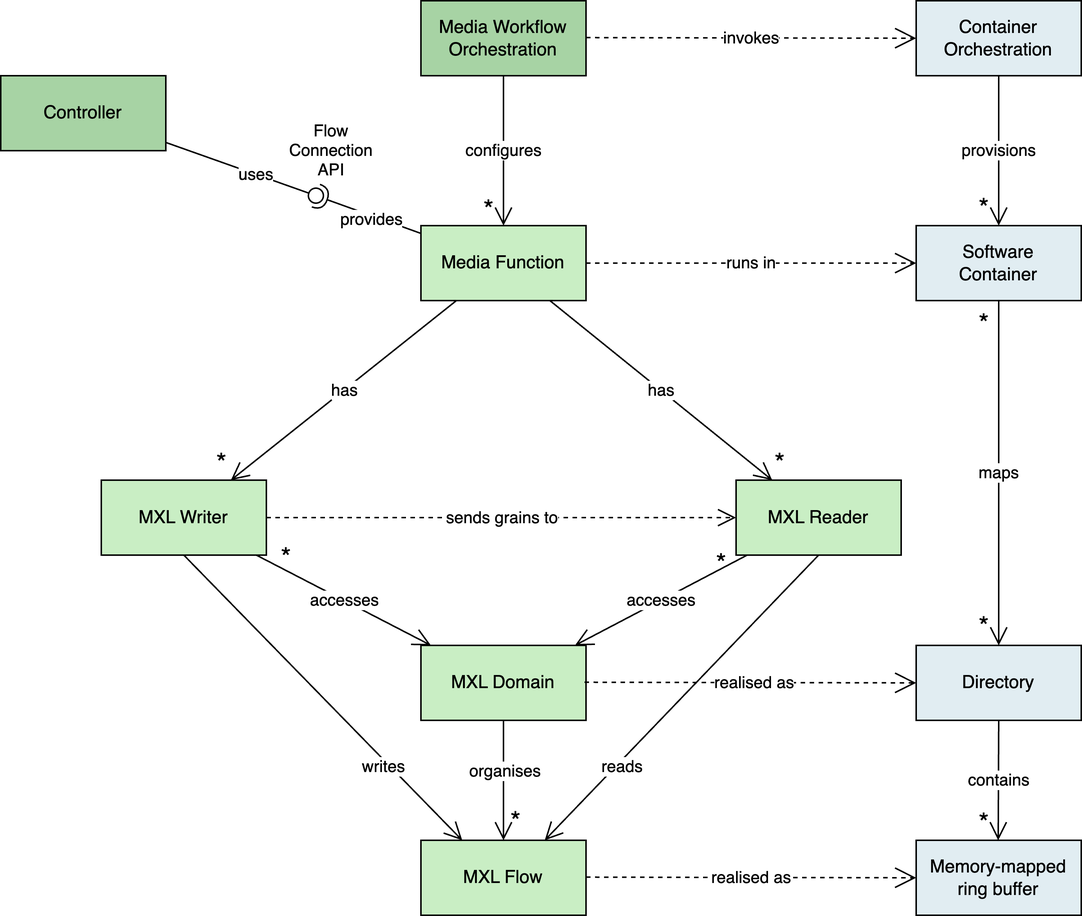
This is docs/images/mxl-api-model.drawio.png from AMWA-TV/in-001, a draw.io export, as it was before one commit. Source tidied: cells renumbered, new cells last; positions are measured from the earlier drawing's top-left corner, leaving out a move shared by most shapes.
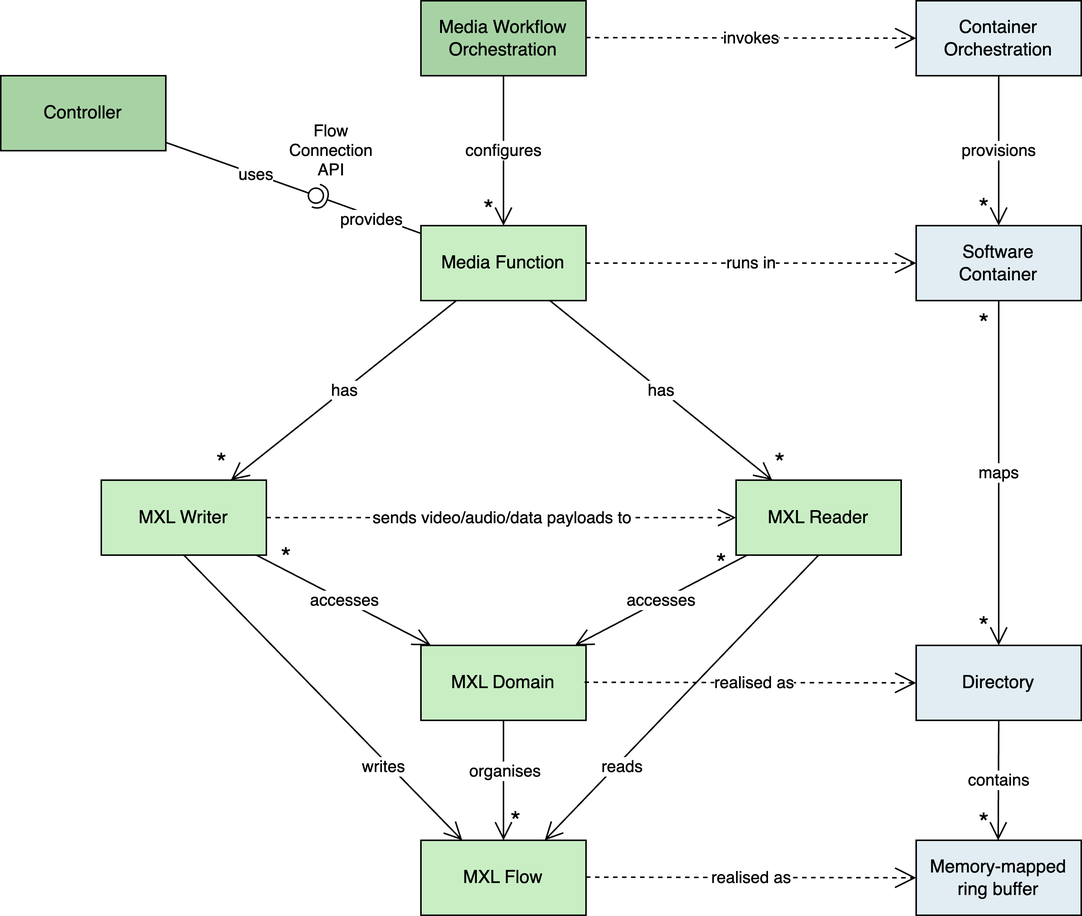
Above is the later version.

The edit, as a diff of the source:
```diff
@@ -155,7 +155,7 @@
         <mxPoint x="-6" y="-29" as="offset" />
       </mxGeometry>
     </mxCell>
-    <mxCell id="42" value="sends grains to" style="edgeStyle=none;shape=connector;rounded=0;jettySize=auto;html=1;strokeColor=default;align=center;verticalAlign=middle;fontFamily=Helvetica;fontSize=11;fontColor=default;labelBackgroundColor=default;startArrow=none;startFill=0;startSize=14;endArrow=open;endSize=10;exitX=1;exitY=0.5;exitDx=0;exitDy=0;dashed=1;" parent="1" edge="1" source="6" target="7">
+    <mxCell id="42" value="sends video/audio/data payloads to" style="edgeStyle=none;shape=connector;rounded=0;jettySize=auto;html=1;strokeColor=default;align=center;verticalAlign=middle;fontFamily=Helvetica;fontSize=11;fontColor=default;labelBackgroundColor=default;startArrow=none;startFill=0;startSize=14;endArrow=open;endSize=10;exitX=1;exitY=0.5;exitDx=0;exitDy=0;dashed=1;" parent="1" edge="1" source="6" target="7">
       <mxGeometry relative="1" as="geometry" />
     </mxCell>
     <mxCell id="43" value="accesses" style="edgeStyle=none;shape=connector;rounded=0;jettySize=auto;html=1;strokeColor=default;align=center;verticalAlign=middle;fontFamily=Helvetica;fontSize=11;fontColor=default;labelBackgroundColor=default;startArrow=none;startFill=0;startSize=14;endArrow=open;endSize=10;" parent="1" edge="1" source="7" target="20">
```
